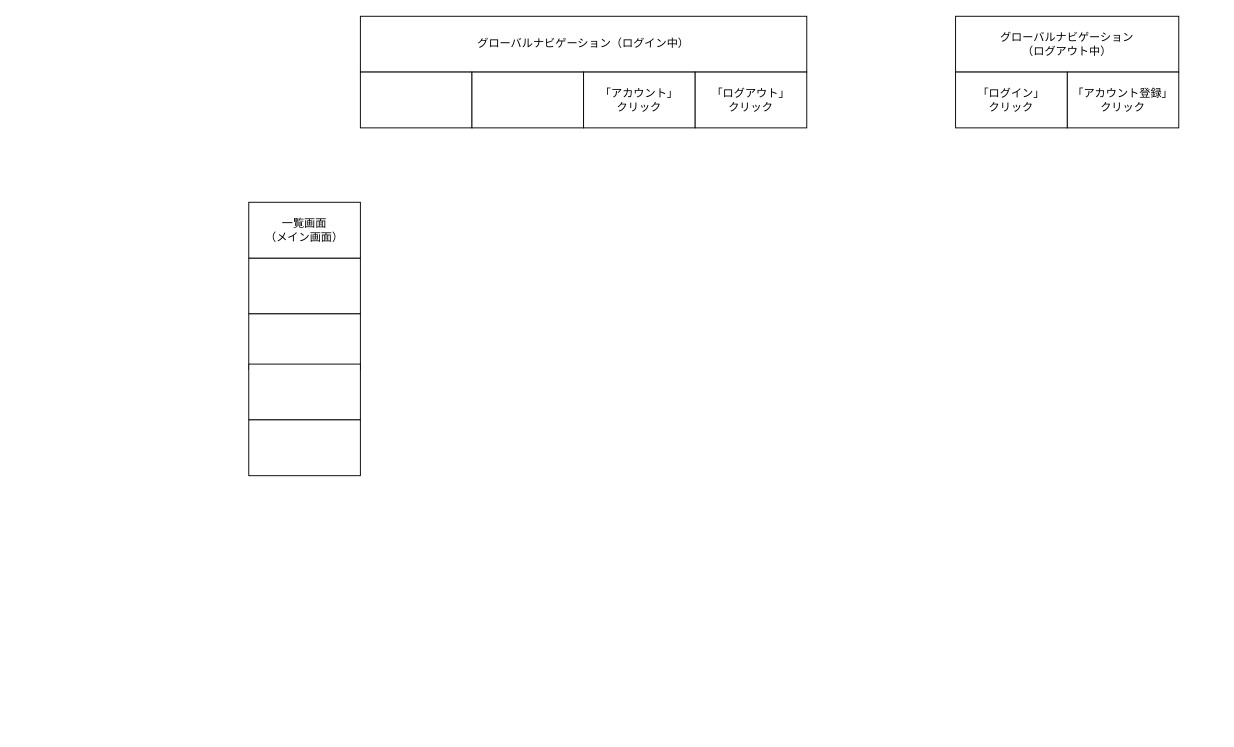
This is screen_transition.drawio from ushimedia/catalog_task_1, a draw.io file, before an edit. Source tidied: cells renumbered, new cells numbered last; positions are measured from the earlier drawing's top-left corner, leaving out a move shared by most shapes. Both pictures are drawn from the tidied source at 93%, with x=0, y=0 at pixel (248, 16).
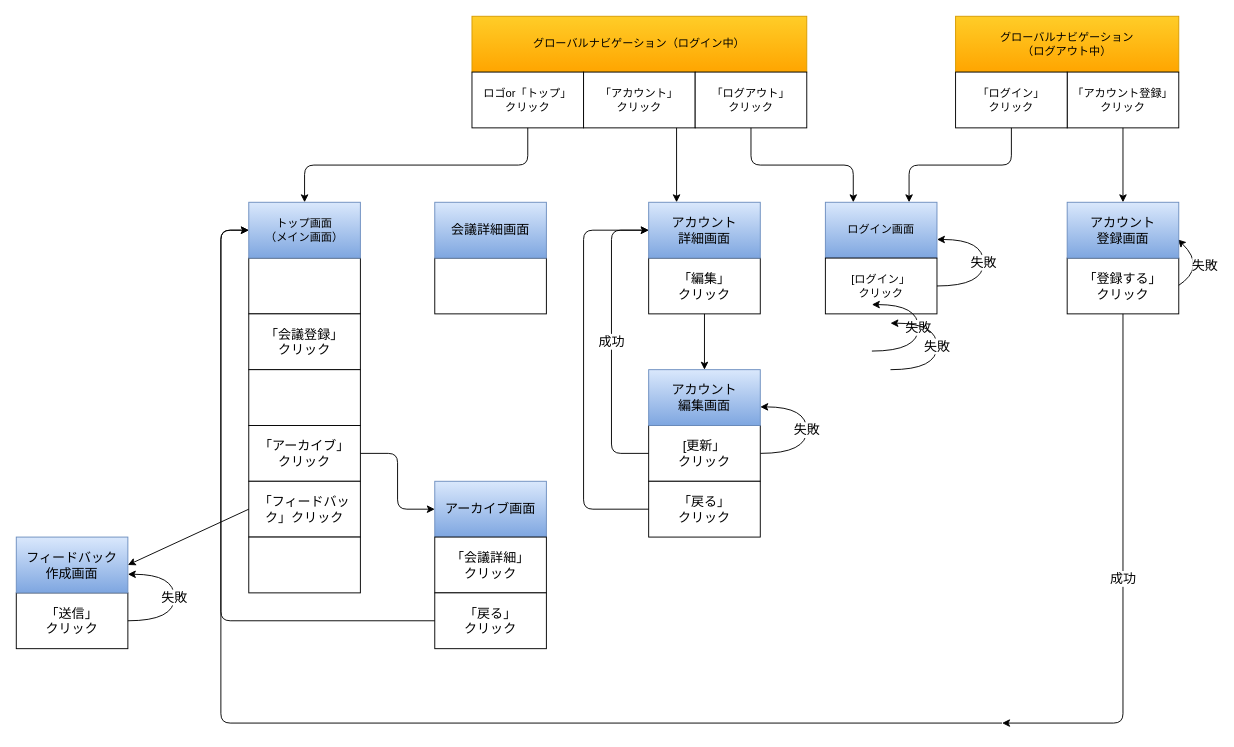
The same diagram, later.

The change refers to these unchanged cells:
```xml
<mxCell id="6" value="「ログアウト」&lt;br&gt;クリック" style="rounded=0;whiteSpace=wrap;html=1;" parent="1" vertex="1">
  <mxGeometry x="480" y="60" width="120" height="60" as="geometry" />
</mxCell>
<mxCell id="8" value="「アカウント登録」&lt;br&gt;クリック" style="rounded=0;whiteSpace=wrap;html=1;" parent="1" vertex="1">
  <mxGeometry x="880" y="60" width="120" height="60" as="geometry" />
</mxCell>
<mxCell id="9" value="「ログイン」&lt;br&gt;クリック" style="rounded=0;whiteSpace=wrap;html=1;" parent="1" vertex="1">
  <mxGeometry x="760" y="60" width="120" height="60" as="geometry" />
</mxCell>
```

The edit, as a diff of the source:
```diff
@@
-    <mxCell id="2" value="グローバルナビゲーション（ログイン中）" style="rounded=0;whiteSpace=wrap;html=1;" parent="1" vertex="1">
-      <mxGeometry x="120" width="480" height="60" as="geometry" />
+    <mxCell id="2" value="グローバルナビゲーション（ログイン中）" style="rounded=0;whiteSpace=wrap;html=1;fillColor=#ffcd28;strokeColor=#d79b00;gradientColor=#ffa500;" parent="1" vertex="1">
+      <mxGeometry x="240" width="360" height="60" as="geometry" />
     </mxCell>
-    <mxCell id="3" style="rounded=0;whiteSpace=wrap;html=1;" parent="1" vertex="1">
-      <mxGeometry x="120" y="60" width="120" height="60" as="geometry" />
+    <mxCell id="3" value="ロゴor「トップ」&lt;br&gt;クリック" style="rounded=0;whiteSpace=wrap;html=1;" parent="1" vertex="1">
+      <mxGeometry x="240" y="60" width="120" height="60" as="geometry" />
     </mxCell>
-    <mxCell id="4" style="rounded=0;whiteSpace=wrap;html=1;" parent="1" vertex="1">
-      <mxGeometry x="240" y="60" width="120" height="60" as="geometry" />
-    </mxCell>
@@
-    <mxCell id="7" value="グローバルナビゲーション&lt;br&gt;（ログアウト中）" style="rounded=0;whiteSpace=wrap;html=1;" parent="1" vertex="1">
+    <mxCell id="7" value="グローバルナビゲーション&lt;br&gt;（ログアウト中）" style="rounded=0;whiteSpace=wrap;html=1;fillColor=#ffcd28;gradientColor=#ffa500;strokeColor=#d79b00;" parent="1" vertex="1">
       <mxGeometry x="760" width="240" height="60" as="geometry" />
     </mxCell>
@@
-    <mxCell id="11" value="一覧画面&lt;br&gt;（メイン画面）" style="rounded=0;whiteSpace=wrap;html=1;" parent="1" vertex="1">
+    <mxCell id="11" value="トップ画面&lt;br&gt;（メイン画面）" style="rounded=0;whiteSpace=wrap;html=1;fillColor=#dae8fc;gradientColor=#7ea6e0;strokeColor=#6c8ebf;" parent="1" vertex="1">
       <mxGeometry y="200" width="120" height="60" as="geometry" />
     </mxCell>
-    <mxCell id="12" style="rounded=0;whiteSpace=wrap;html=1;" parent="1" vertex="1">
+    <mxCell id="12" value="&lt;font style=&quot;font-size: 14px&quot;&gt;「会議登録」&lt;br&gt;クリック&lt;/font&gt;" style="rounded=0;whiteSpace=wrap;html=1;" parent="1" vertex="1">
       <mxGeometry y="320" width="120" height="60" as="geometry" />
     </mxCell>
     <mxCell id="13" style="rounded=0;whiteSpace=wrap;html=1;" parent="1" vertex="1">
-      <mxGeometry y="374" width="120" height="60" as="geometry" />
+      <mxGeometry y="380" width="120" height="60" as="geometry" />
     </mxCell>
-    <mxCell id="14" style="rounded=0;whiteSpace=wrap;html=1;" parent="1" vertex="1">
-      <mxGeometry y="434" width="120" height="60" as="geometry" />
+    <mxCell id="14" value="&lt;font style=&quot;font-size: 14px&quot;&gt;「アーカイブ」&lt;br&gt;クリック&lt;/font&gt;" style="rounded=0;whiteSpace=wrap;html=1;" parent="1" vertex="1">
+      <mxGeometry y="440" width="120" height="60" as="geometry" />
     </mxCell>
+    <mxCell id="15" value="ログイン画面" style="rounded=0;whiteSpace=wrap;html=1;fillColor=#dae8fc;gradientColor=#7ea6e0;strokeColor=#6c8ebf;" parent="1" vertex="1">
+      <mxGeometry x="620" y="200" width="120" height="60" as="geometry" />
+    </mxCell>
+    <mxCell id="16" value="[ログイン」&lt;br&gt;クリック" style="rounded=0;whiteSpace=wrap;html=1;" parent="1" vertex="1">
+      <mxGeometry x="620" y="260" width="120" height="60" as="geometry" />
+    </mxCell>
+    <mxCell id="17" style="edgeStyle=elbowEdgeStyle;elbow=vertical;endArrow=classic;html=1;entryX=0.75;entryY=0;entryDx=0;entryDy=0;exitX=0.5;exitY=1;exitDx=0;exitDy=0;" parent="1" edge="1" source="9" target="15">
+      <mxGeometry relative="1" as="geometry" />
+    </mxCell>
+    <mxCell id="18" style="edgeStyle=elbowEdgeStyle;elbow=vertical;endArrow=classic;html=1;entryX=0.25;entryY=0;entryDx=0;entryDy=0;exitX=0.5;exitY=1;exitDx=0;exitDy=0;" parent="1" edge="1" source="6" target="15">
+      <mxGeometry relative="1" as="geometry" />
+    </mxCell>
+    <mxCell id="19" value="&lt;font style=&quot;font-size: 14px&quot;&gt;失敗&lt;/font&gt;" style="curved=1;endArrow=classic;html=1;" parent="1" edge="1">
+      <mxGeometry relative="1" as="geometry">
+        <mxPoint x="550" y="470" as="sourcePoint" />
+        <mxPoint x="550" y="420" as="targetPoint" />
+        <Array as="points">
+          <mxPoint x="600" y="470" />
+          <mxPoint x="600" y="420" />
+          <mxPoint x="550" y="420" />
+        </Array>
+      </mxGeometry>
+    </mxCell>
+    <mxCell id="20" value="&lt;font style=&quot;font-size: 14px&quot;&gt;失敗&lt;/font&gt;" style="curved=1;endArrow=classic;html=1;" parent="1" edge="1">
+      <mxGeometry relative="1" as="geometry">
+        <mxPoint x="670" y="360" as="sourcePoint" />
+        <mxPoint x="670" y="310" as="targetPoint" />
+        <Array as="points">
+          <mxPoint x="720" y="360" />
+          <mxPoint x="720" y="310" />
+          <mxPoint x="670" y="310" />
+        </Array>
+      </mxGeometry>
+    </mxCell>
+    <mxCell id="21" value="&lt;font style=&quot;font-size: 14px&quot;&gt;失敗&lt;/font&gt;" style="curved=1;endArrow=classic;html=1;" parent="1" edge="1">
+      <mxGeometry relative="1" as="geometry">
+        <mxPoint x="740" y="290" as="sourcePoint" />
+        <mxPoint x="740" y="240" as="targetPoint" />
+        <Array as="points">
+          <mxPoint x="790" y="290" />
+          <mxPoint x="790" y="240" />
+          <mxPoint x="740" y="240" />
+        </Array>
+      </mxGeometry>
+    </mxCell>
+    <mxCell id="22" value="&lt;font style=&quot;font-size: 14px&quot;&gt;失敗&lt;/font&gt;" style="curved=1;endArrow=classic;html=1;" parent="1" edge="1">
+      <mxGeometry relative="1" as="geometry">
+        <mxPoint x="999" y="290" as="sourcePoint" />
+        <mxPoint x="999" y="240" as="targetPoint" />
+        <Array as="points">
+          <mxPoint x="1030" y="270" />
+          <mxPoint x="999" y="240" />
+        </Array>
+      </mxGeometry>
+    </mxCell>
+    <mxCell id="23" value="「登録する」&lt;br&gt;クリック" style="rounded=0;whiteSpace=wrap;html=1;fontSize=14;" parent="1" vertex="1">
+      <mxGeometry x="880" y="260" width="120" height="60" as="geometry" />
+    </mxCell>
+    <mxCell id="24" value="アカウント&lt;br&gt;登録画面" style="rounded=0;whiteSpace=wrap;html=1;fontSize=14;fillColor=#dae8fc;gradientColor=#7ea6e0;strokeColor=#6c8ebf;" parent="1" vertex="1">
+      <mxGeometry x="880" y="200" width="120" height="60" as="geometry" />
+    </mxCell>
+    <mxCell id="25" value="「送信」&lt;br&gt;クリック" style="rounded=0;whiteSpace=wrap;html=1;fontSize=14;" parent="1" vertex="1">
+      <mxGeometry x="-250" y="620" width="120" height="60" as="geometry" />
+    </mxCell>
+    <mxCell id="26" style="endArrow=classic;html=1;fontSize=14;exitX=0.5;exitY=1;exitDx=0;exitDy=0;entryX=0.5;entryY=0;entryDx=0;entryDy=0;" parent="1" edge="1" source="8" target="24">
+      <mxGeometry relative="1" as="geometry" />
+    </mxCell>
+    <mxCell id="27" value="成功" style="edgeStyle=elbowEdgeStyle;elbow=horizontal;endArrow=classic;html=1;fontSize=14;exitX=0.5;exitY=1;exitDx=0;exitDy=0;" parent="1" edge="1" source="23">
+      <mxGeometry relative="1" as="geometry">
+        <mxPoint x="810" y="760" as="targetPoint" />
+        <Array as="points">
+          <mxPoint x="940" y="680" />
+        </Array>
+      </mxGeometry>
+    </mxCell>
+    <mxCell id="28" style="edgeStyle=elbowEdgeStyle;elbow=horizontal;endArrow=classic;html=1;fontSize=14;entryX=0;entryY=0.5;entryDx=0;entryDy=0;" parent="1" edge="1" target="11">
+      <mxGeometry relative="1" as="geometry">
+        <mxPoint x="810" y="760" as="sourcePoint" />
+        <Array as="points">
+          <mxPoint x="-30" y="490" />
+        </Array>
+      </mxGeometry>
+    </mxCell>
+    <mxCell id="29" value="「編集」&lt;br&gt;クリック" style="rounded=0;whiteSpace=wrap;html=1;fontSize=14;" parent="1" vertex="1">
+      <mxGeometry x="430" y="260" width="120" height="60" as="geometry" />
+    </mxCell>
+    <mxCell id="30" value="アカウント&lt;br&gt;詳細画面" style="rounded=0;whiteSpace=wrap;html=1;fontSize=14;fillColor=#dae8fc;strokeColor=#6c8ebf;gradientColor=#7ea6e0;" parent="1" vertex="1">
+      <mxGeometry x="430" y="200" width="120" height="60" as="geometry" />
+    </mxCell>
+    <mxCell id="31" value="[更新」&lt;br&gt;クリック" style="rounded=0;whiteSpace=wrap;html=1;fontSize=14;" parent="1" vertex="1">
+      <mxGeometry x="430" y="440" width="120" height="60" as="geometry" />
+    </mxCell>
+    <mxCell id="32" value="アカウント&lt;br&gt;編集画面" style="rounded=0;whiteSpace=wrap;html=1;fontSize=14;fillColor=#dae8fc;gradientColor=#7ea6e0;strokeColor=#6c8ebf;" parent="1" vertex="1">
+      <mxGeometry x="430" y="380" width="120" height="60" as="geometry" />
+    </mxCell>
+    <mxCell id="33" value="「戻る」&lt;br&gt;クリック" style="rounded=0;whiteSpace=wrap;html=1;fontSize=14;" parent="1" vertex="1">
+      <mxGeometry x="430" y="500" width="120" height="60" as="geometry" />
+    </mxCell>
+    <mxCell id="34" style="endArrow=classic;html=1;fontSize=14;exitX=0.5;exitY=1;exitDx=0;exitDy=0;entryX=0.5;entryY=0;entryDx=0;entryDy=0;" parent="1" edge="1" source="29" target="32">
+      <mxGeometry relative="1" as="geometry" />
+    </mxCell>
+    <mxCell id="35" style="endArrow=classic;html=1;fontSize=14;entryX=0.25;entryY=0;entryDx=0;entryDy=0;" parent="1" edge="1" target="30">
+      <mxGeometry relative="1" as="geometry">
+        <mxPoint x="460" y="120" as="sourcePoint" />
+      </mxGeometry>
+    </mxCell>
+    <mxCell id="36" style="edgeStyle=elbowEdgeStyle;elbow=horizontal;endArrow=classic;html=1;fontSize=14;exitX=0;exitY=0.5;exitDx=0;exitDy=0;entryX=0;entryY=0.5;entryDx=0;entryDy=0;" parent="1" edge="1" source="33" target="30">
+      <mxGeometry relative="1" as="geometry">
+        <Array as="points">
+          <mxPoint x="360" y="380" />
+        </Array>
+      </mxGeometry>
+    </mxCell>
+    <mxCell id="37" value="成功" style="edgeStyle=elbowEdgeStyle;elbow=horizontal;endArrow=classic;html=1;fontSize=14;entryX=0;entryY=0.5;entryDx=0;entryDy=0;exitX=0;exitY=0.5;exitDx=0;exitDy=0;" parent="1" edge="1" source="31" target="30">
+      <mxGeometry relative="1" as="geometry">
+        <Array as="points">
+          <mxPoint x="390" y="350" />
+        </Array>
+      </mxGeometry>
+    </mxCell>
+    <mxCell id="38" value="「フィードバック」クリック" style="rounded=0;whiteSpace=wrap;html=1;fontSize=14;" parent="1" vertex="1">
+      <mxGeometry y="500" width="120" height="60" as="geometry" />
+    </mxCell>
+    <mxCell id="39" style="rounded=0;whiteSpace=wrap;html=1;fontSize=14;" parent="1" vertex="1">
+      <mxGeometry y="560" width="120" height="60" as="geometry" />
+    </mxCell>
+    <mxCell id="40" value="アーカイブ画面" style="rounded=0;whiteSpace=wrap;html=1;fontSize=14;fillColor=#dae8fc;gradientColor=#7ea6e0;strokeColor=#6c8ebf;" parent="1" vertex="1">
+      <mxGeometry x="200" y="500" width="120" height="60" as="geometry" />
+    </mxCell>
+    <mxCell id="41" value="「会議詳細」&lt;br&gt;クリック" style="rounded=0;whiteSpace=wrap;html=1;fontSize=14;" parent="1" vertex="1">
+      <mxGeometry x="200" y="560" width="120" height="60" as="geometry" />
+    </mxCell>
+    <mxCell id="42" value="「戻る」&lt;br&gt;クリック" style="rounded=0;whiteSpace=wrap;html=1;fontSize=14;" parent="1" vertex="1">
+      <mxGeometry x="200" y="620" width="120" height="60" as="geometry" />
+    </mxCell>
+    <mxCell id="43" style="edgeStyle=elbowEdgeStyle;elbow=horizontal;endArrow=classic;html=1;fontSize=14;entryX=0;entryY=0.5;entryDx=0;entryDy=0;exitX=0;exitY=0.5;exitDx=0;exitDy=0;" parent="1" edge="1" source="42" target="11">
+      <mxGeometry relative="1" as="geometry">
+        <Array as="points">
+          <mxPoint x="-30" y="440" />
+        </Array>
+      </mxGeometry>
+    </mxCell>
+    <mxCell id="44" style="edgeStyle=elbowEdgeStyle;elbow=horizontal;endArrow=classic;html=1;fontSize=14;entryX=0;entryY=0.5;entryDx=0;entryDy=0;exitX=1;exitY=0.5;exitDx=0;exitDy=0;" parent="1" edge="1" source="14" target="40">
+      <mxGeometry relative="1" as="geometry" />
+    </mxCell>
+    <mxCell id="45" style="rounded=0;whiteSpace=wrap;html=1;fontSize=14;" parent="1" vertex="1">
+      <mxGeometry x="200" y="260" width="120" height="60" as="geometry" />
+    </mxCell>
+    <mxCell id="46" value="会議詳細画面" style="rounded=0;whiteSpace=wrap;html=1;fontSize=14;fillColor=#dae8fc;gradientColor=#7ea6e0;strokeColor=#6c8ebf;" parent="1" vertex="1">
+      <mxGeometry x="200" y="200" width="120" height="60" as="geometry" />
+    </mxCell>
+    <mxCell id="47" value="フィードバック&lt;br&gt;作成画面" style="rounded=0;whiteSpace=wrap;html=1;fontSize=14;fillColor=#dae8fc;gradientColor=#7ea6e0;strokeColor=#6c8ebf;" parent="1" vertex="1">
+      <mxGeometry x="-250" y="560" width="120" height="60" as="geometry" />
+    </mxCell>
+    <mxCell id="48" style="endArrow=classic;html=1;fontSize=14;exitX=0;exitY=0.5;exitDx=0;exitDy=0;entryX=1;entryY=0.5;entryDx=0;entryDy=0;" parent="1" edge="1" source="38" target="47">
+      <mxGeometry relative="1" as="geometry" />
+    </mxCell>
+    <mxCell id="49" value="&lt;font style=&quot;font-size: 14px&quot;&gt;失敗&lt;/font&gt;" style="curved=1;endArrow=classic;html=1;" parent="1" edge="1">
+      <mxGeometry relative="1" as="geometry">
+        <mxPoint x="-130" y="650" as="sourcePoint" />
+        <mxPoint x="-130" y="600" as="targetPoint" />
+        <Array as="points">
+          <mxPoint x="-80" y="650" />
+          <mxPoint x="-80" y="600" />
+          <mxPoint x="-130" y="600" />
+        </Array>
+      </mxGeometry>
+    </mxCell>
+    <mxCell id="50" value="&lt;font style=&quot;font-size: 14px&quot;&gt;失敗&lt;/font&gt;" style="curved=1;endArrow=classic;html=1;" parent="1" edge="1">
+      <mxGeometry relative="1" as="geometry">
+        <mxPoint x="690" y="380" as="sourcePoint" />
+        <mxPoint x="690" y="330" as="targetPoint" />
+        <Array as="points">
+          <mxPoint x="740" y="380" />
+          <mxPoint x="740" y="330" />
+          <mxPoint x="690" y="330" />
+        </Array>
+      </mxGeometry>
+    </mxCell>
+    <mxCell id="51" style="edgeStyle=elbowEdgeStyle;elbow=vertical;endArrow=classic;html=1;fontSize=14;entryX=0.5;entryY=0;entryDx=0;entryDy=0;exitX=0.5;exitY=1;exitDx=0;exitDy=0;" parent="1" edge="1" source="3" target="11">
+      <mxGeometry relative="1" as="geometry">
+        <Array as="points">
+          <mxPoint x="170" y="160" />
+        </Array>
+      </mxGeometry>
+    </mxCell>
```
